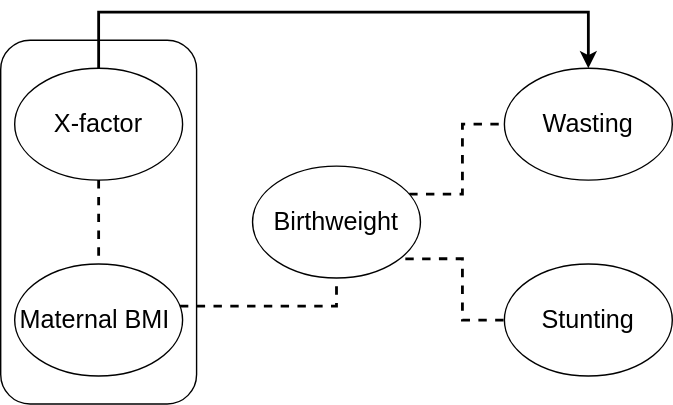
The draw.io diagram docs/source/concept_models/vivarium_ciff_sam/correlation_structure.svg in ihmeuw/vivarium_research, before a commit. Source tidied: cells renumbered, new cells last; positions are measured from the earlier drawing's top-left corner, leaving out a move shared by most shapes. Its diagram source:
```xml
<mxGraphModel>
  <root>
    <mxCell id="0" />
    <mxCell id="1" parent="0" />
    <mxCell id="2" style="rounded=1;whiteSpace=wrap;html=1;fontSize=18;strokeWidth=1;" parent="1" vertex="1">
      <mxGeometry y="20" width="140" height="260" as="geometry" />
    </mxCell>
    <mxCell id="3" style="edgeStyle=orthogonalEdgeStyle;rounded=0;jettySize=auto;html=1;exitX=0.5;exitY=1;exitDx=0;exitDy=0;entryX=0.5;entryY=0;entryDx=0;entryDy=0;strokeColor=default;endArrow=none;endFill=0;dashed=1;fontSize=18;strokeWidth=2;" parent="1" edge="1" source="5" target="7">
      <mxGeometry relative="1" as="geometry" />
    </mxCell>
    <mxCell id="4" style="edgeStyle=orthogonalEdgeStyle;rounded=0;jettySize=auto;html=1;entryX=0.5;entryY=0;entryDx=0;entryDy=0;fontSize=18;endArrow=classic;endFill=1;strokeColor=default;strokeWidth=2;" parent="1" edge="1" source="5" target="12">
      <mxGeometry relative="1" as="geometry">
        <Array as="points">
          <mxPoint x="70" />
          <mxPoint x="420" />
        </Array>
      </mxGeometry>
    </mxCell>
    <mxCell id="5" value="X-factor" style="ellipse;whiteSpace=wrap;html=1;fontSize=18;strokeWidth=1;" parent="1" vertex="1">
      <mxGeometry x="10" y="40" width="120" height="80" as="geometry" />
    </mxCell>
    <mxCell id="6" style="edgeStyle=orthogonalEdgeStyle;rounded=0;jettySize=auto;html=1;entryX=0.5;entryY=1;entryDx=0;entryDy=0;dashed=1;endArrow=none;endFill=0;strokeColor=default;fontSize=18;strokeWidth=2;" parent="1" edge="1" source="7" target="10">
      <mxGeometry relative="1" as="geometry">
        <Array as="points">
          <mxPoint x="240" y="210" />
        </Array>
      </mxGeometry>
    </mxCell>
    <mxCell id="7" value="Maternal BMI&amp;nbsp;" style="ellipse;whiteSpace=wrap;html=1;fontSize=18;strokeWidth=1;" parent="1" vertex="1">
      <mxGeometry x="10" y="180" width="120" height="80" as="geometry" />
    </mxCell>
    <mxCell id="8" style="edgeStyle=orthogonalEdgeStyle;rounded=0;jettySize=auto;html=1;entryX=0;entryY=0.5;entryDx=0;entryDy=0;dashed=1;endArrow=none;endFill=0;strokeColor=default;exitX=0.833;exitY=0.25;exitDx=0;exitDy=0;exitPerimeter=0;fontSize=18;strokeWidth=2;" parent="1" edge="1" source="10" target="12">
      <mxGeometry relative="1" as="geometry" />
    </mxCell>
    <mxCell id="9" style="edgeStyle=orthogonalEdgeStyle;rounded=0;jettySize=auto;html=1;exitX=0.91;exitY=0.828;exitDx=0;exitDy=0;entryX=0;entryY=0.5;entryDx=0;entryDy=0;dashed=1;endArrow=none;endFill=0;strokeColor=default;exitPerimeter=0;fontSize=18;strokeWidth=2;" parent="1" edge="1" source="10" target="11">
      <mxGeometry relative="1" as="geometry" />
    </mxCell>
    <mxCell id="10" value="Birthweight" style="ellipse;whiteSpace=wrap;html=1;fontSize=18;strokeWidth=1;" parent="1" vertex="1">
      <mxGeometry x="180" y="110" width="120" height="80" as="geometry" />
    </mxCell>
    <mxCell id="11" value="Stunting" style="ellipse;whiteSpace=wrap;html=1;fontSize=18;strokeWidth=1;" parent="1" vertex="1">
      <mxGeometry x="360" y="180" width="120" height="80" as="geometry" />
    </mxCell>
    <mxCell id="12" value="Wasting" style="ellipse;whiteSpace=wrap;html=1;fontSize=18;strokeWidth=1;" parent="1" vertex="1">
      <mxGeometry x="360" y="40" width="120" height="80" as="geometry" />
    </mxCell>
  </root>
</mxGraphModel>
```
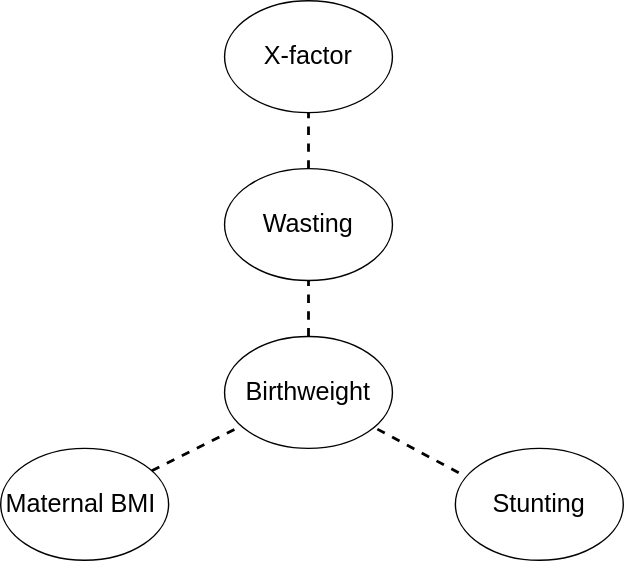
After the commit.

What changed in the source:
```diff
@@ -2,47 +2,32 @@
   <root>
     <mxCell id="0" />
     <mxCell id="1" parent="0" />
-    <mxCell id="2" style="rounded=1;whiteSpace=wrap;html=1;fontSize=18;strokeWidth=1;" parent="1" vertex="1">
-      <mxGeometry y="20" width="140" height="260" as="geometry" />
-    </mxCell>
-    <mxCell id="3" style="edgeStyle=orthogonalEdgeStyle;rounded=0;jettySize=auto;html=1;exitX=0.5;exitY=1;exitDx=0;exitDy=0;entryX=0.5;entryY=0;entryDx=0;entryDy=0;strokeColor=default;endArrow=none;endFill=0;dashed=1;fontSize=18;strokeWidth=2;" parent="1" edge="1" source="5" target="7">
-      <mxGeometry relative="1" as="geometry" />
-    </mxCell>
-    <mxCell id="4" style="edgeStyle=orthogonalEdgeStyle;rounded=0;jettySize=auto;html=1;entryX=0.5;entryY=0;entryDx=0;entryDy=0;fontSize=18;endArrow=classic;endFill=1;strokeColor=default;strokeWidth=2;" parent="1" edge="1" source="5" target="12">
-      <mxGeometry relative="1" as="geometry">
-        <Array as="points">
-          <mxPoint x="70" />
-          <mxPoint x="420" />
-        </Array>
-      </mxGeometry>
-    </mxCell>
     <mxCell id="5" value="X-factor" style="ellipse;whiteSpace=wrap;html=1;fontSize=18;strokeWidth=1;" parent="1" vertex="1">
-      <mxGeometry x="10" y="40" width="120" height="80" as="geometry" />
+      <mxGeometry x="170" y="-130" width="120" height="80" as="geometry" />
     </mxCell>
-    <mxCell id="6" style="edgeStyle=orthogonalEdgeStyle;rounded=0;jettySize=auto;html=1;entryX=0.5;entryY=1;entryDx=0;entryDy=0;dashed=1;endArrow=none;endFill=0;strokeColor=default;fontSize=18;strokeWidth=2;" parent="1" edge="1" source="7" target="10">
-      <mxGeometry relative="1" as="geometry">
-        <Array as="points">
-          <mxPoint x="240" y="210" />
-        </Array>
-      </mxGeometry>
+    <mxCell id="6" style="rounded=0;jettySize=auto;html=1;dashed=1;endArrow=none;endFill=0;strokeColor=default;fontSize=18;strokeWidth=2;" parent="1" edge="1" source="7" target="10">
+      <mxGeometry relative="1" as="geometry" />
     </mxCell>
     <mxCell id="7" value="Maternal BMI&amp;nbsp;" style="ellipse;whiteSpace=wrap;html=1;fontSize=18;strokeWidth=1;" parent="1" vertex="1">
-      <mxGeometry x="10" y="180" width="120" height="80" as="geometry" />
+      <mxGeometry x="10" y="190" width="120" height="80" as="geometry" />
     </mxCell>
-    <mxCell id="8" style="edgeStyle=orthogonalEdgeStyle;rounded=0;jettySize=auto;html=1;entryX=0;entryY=0.5;entryDx=0;entryDy=0;dashed=1;endArrow=none;endFill=0;strokeColor=default;exitX=0.833;exitY=0.25;exitDx=0;exitDy=0;exitPerimeter=0;fontSize=18;strokeWidth=2;" parent="1" edge="1" source="10" target="12">
+    <mxCell id="8" style="rounded=0;jettySize=auto;html=1;entryX=0.5;entryY=1;entryDx=0;entryDy=0;dashed=1;endArrow=none;endFill=0;strokeColor=default;exitX=0.5;exitY=0;exitDx=0;exitDy=0;fontSize=18;strokeWidth=2;" parent="1" edge="1" source="10" target="12">
       <mxGeometry relative="1" as="geometry" />
     </mxCell>
-    <mxCell id="9" style="edgeStyle=orthogonalEdgeStyle;rounded=0;jettySize=auto;html=1;exitX=0.91;exitY=0.828;exitDx=0;exitDy=0;entryX=0;entryY=0.5;entryDx=0;entryDy=0;dashed=1;endArrow=none;endFill=0;strokeColor=default;exitPerimeter=0;fontSize=18;strokeWidth=2;" parent="1" edge="1" source="10" target="11">
+    <mxCell id="9" style="rounded=0;jettySize=auto;html=1;exitX=0.91;exitY=0.828;exitDx=0;exitDy=0;entryX=0.057;entryY=0.248;entryDx=0;entryDy=0;dashed=1;endArrow=none;endFill=0;strokeColor=default;exitPerimeter=0;fontSize=18;strokeWidth=2;entryPerimeter=0;" parent="1" edge="1" source="10" target="11">
       <mxGeometry relative="1" as="geometry" />
     </mxCell>
     <mxCell id="10" value="Birthweight" style="ellipse;whiteSpace=wrap;html=1;fontSize=18;strokeWidth=1;" parent="1" vertex="1">
-      <mxGeometry x="180" y="110" width="120" height="80" as="geometry" />
+      <mxGeometry x="170" y="110" width="120" height="80" as="geometry" />
     </mxCell>
     <mxCell id="11" value="Stunting" style="ellipse;whiteSpace=wrap;html=1;fontSize=18;strokeWidth=1;" parent="1" vertex="1">
-      <mxGeometry x="360" y="180" width="120" height="80" as="geometry" />
+      <mxGeometry x="335" y="190" width="120" height="80" as="geometry" />
     </mxCell>
     <mxCell id="12" value="Wasting" style="ellipse;whiteSpace=wrap;html=1;fontSize=18;strokeWidth=1;" parent="1" vertex="1">
-      <mxGeometry x="360" y="40" width="120" height="80" as="geometry" />
+      <mxGeometry x="170" y="-10" width="120" height="80" as="geometry" />
     </mxCell>
+    <mxCell id="13" style="rounded=0;jettySize=auto;html=1;entryX=0.5;entryY=1;entryDx=0;entryDy=0;dashed=1;endArrow=none;endFill=0;strokeColor=default;exitX=0.5;exitY=0;exitDx=0;exitDy=0;fontSize=18;strokeWidth=2;" parent="1" edge="1" source="12" target="5">
+      <mxGeometry relative="1" as="geometry" />
+    </mxCell>
   </root>
 </mxGraphModel>
```
